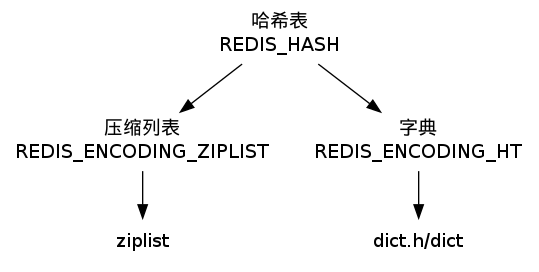
This is datatype/image/redis_hash.png from huangzworks/redisbook, a Graphviz export, as it was before one commit. Its source is kept beside it as datatype/image/redis_hash.dot.
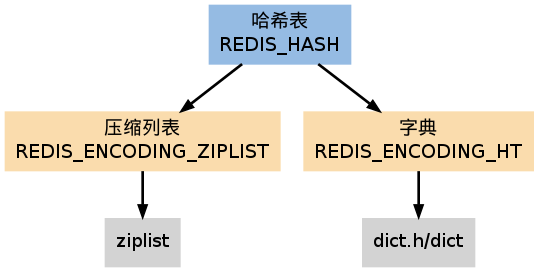
After the change.

The edit, as a diff of the source:
```diff
@@ -1,13 +1,15 @@
 digraph redis_hash {
 
-    node [shape=plaintext];
+    node [shape=plaintext, style = filled];
+
+    edge [style = bold];
 
 
-    REDIS_HASH [label="哈希表\nREDIS_HASH"];
+    REDIS_HASH [label="哈希表\nREDIS_HASH", fillcolor = "#95BBE3"];
 
 
-    REDIS_ENCODING_ZIPLIST [label="压缩列表\nREDIS_ENCODING_ZIPLIST"];
-    REDIS_ENCODING_HT [label="字典\nREDIS_ENCODING_HT"];
+    REDIS_ENCODING_ZIPLIST [label="压缩列表\nREDIS_ENCODING_ZIPLIST", fillcolor = "#FADCAD"];
+    REDIS_ENCODING_HT [label="字典\nREDIS_ENCODING_HT", fillcolor = "#FADCAD"];
 
 
     REDIS_HASH -> REDIS_ENCODING_ZIPLIST;
```
